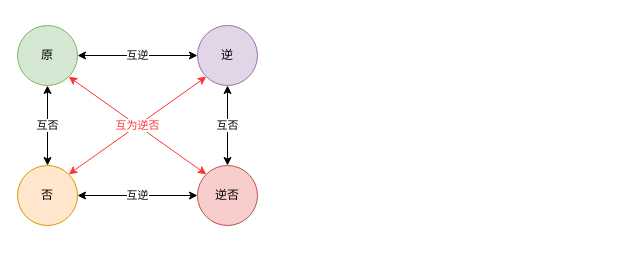
This is philosophy/proposition.drawio from builden/drawio-diagram, a draw.io file, before an edit. Source tidied: cells renumbered, new cells numbered last; positions are measured from the earlier drawing's top-left corner, leaving out a move shared by most shapes. Both pictures are drawn from the tidied source at 100%, with x=0, y=0 at pixel (17, 25).
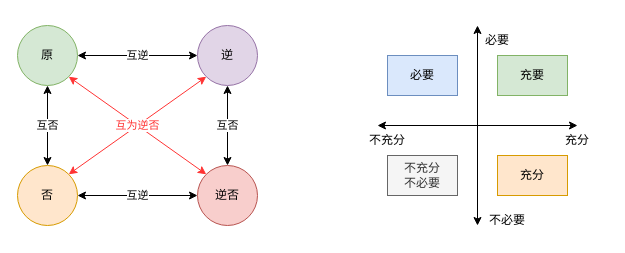
The same diagram, later.

Change to the diagram source:
```diff
@@
+    <mxCell id="12" style="endArrow=classic;startArrow=classic;html=1;rounded=0;" parent="1" edge="1">
+      <mxGeometry relative="1" as="geometry">
+        <mxPoint x="360" y="100" as="sourcePoint" />
+        <mxPoint x="560" y="100" as="targetPoint" />
+      </mxGeometry>
+    </mxCell>
+    <mxCell id="13" style="endArrow=classic;startArrow=classic;html=1;rounded=0;" parent="1" edge="1">
+      <mxGeometry relative="1" as="geometry">
+        <mxPoint x="460" as="sourcePoint" />
+        <mxPoint x="460" y="200" as="targetPoint" />
+      </mxGeometry>
+    </mxCell>
+    <mxCell id="14" value="不充分" style="text;html=1;strokeColor=none;fillColor=none;align=center;verticalAlign=middle;whiteSpace=wrap;rounded=0;" parent="1" vertex="1">
+      <mxGeometry x="340" y="100" width="60" height="30" as="geometry" />
+    </mxCell>
+    <mxCell id="15" value="充分" style="text;html=1;strokeColor=none;fillColor=none;align=center;verticalAlign=middle;whiteSpace=wrap;rounded=0;" parent="1" vertex="1">
+      <mxGeometry x="530" y="100" width="60" height="30" as="geometry" />
+    </mxCell>
+    <mxCell id="16" value="不必要" style="text;html=1;strokeColor=none;fillColor=none;align=center;verticalAlign=middle;whiteSpace=wrap;rounded=0;" parent="1" vertex="1">
+      <mxGeometry x="460" y="180" width="60" height="30" as="geometry" />
+    </mxCell>
+    <mxCell id="17" value="必要" style="text;html=1;strokeColor=none;fillColor=none;align=center;verticalAlign=middle;whiteSpace=wrap;rounded=0;" parent="1" vertex="1">
+      <mxGeometry x="450" width="60" height="30" as="geometry" />
+    </mxCell>
+    <mxCell id="18" value="充分" style="rounded=0;whiteSpace=wrap;html=1;fillColor=#ffe6cc;strokeColor=#d79b00;" parent="1" vertex="1">
+      <mxGeometry x="480" y="130" width="70" height="40" as="geometry" />
+    </mxCell>
+    <mxCell id="19" value="充要" style="rounded=0;whiteSpace=wrap;html=1;fillColor=#d5e8d4;strokeColor=#82b366;" parent="1" vertex="1">
+      <mxGeometry x="480" y="30" width="70" height="40" as="geometry" />
+    </mxCell>
+    <mxCell id="20" value="必要" style="rounded=0;whiteSpace=wrap;html=1;fillColor=#dae8fc;strokeColor=#6c8ebf;" parent="1" vertex="1">
+      <mxGeometry x="370" y="30" width="70" height="40" as="geometry" />
+    </mxCell>
+    <mxCell id="21" value="不充分&lt;br&gt;不必要" style="rounded=0;whiteSpace=wrap;html=1;fillColor=#f5f5f5;strokeColor=#666666;fontColor=#333333;" parent="1" vertex="1">
+      <mxGeometry x="370" y="130" width="70" height="40" as="geometry" />
+    </mxCell>
```
